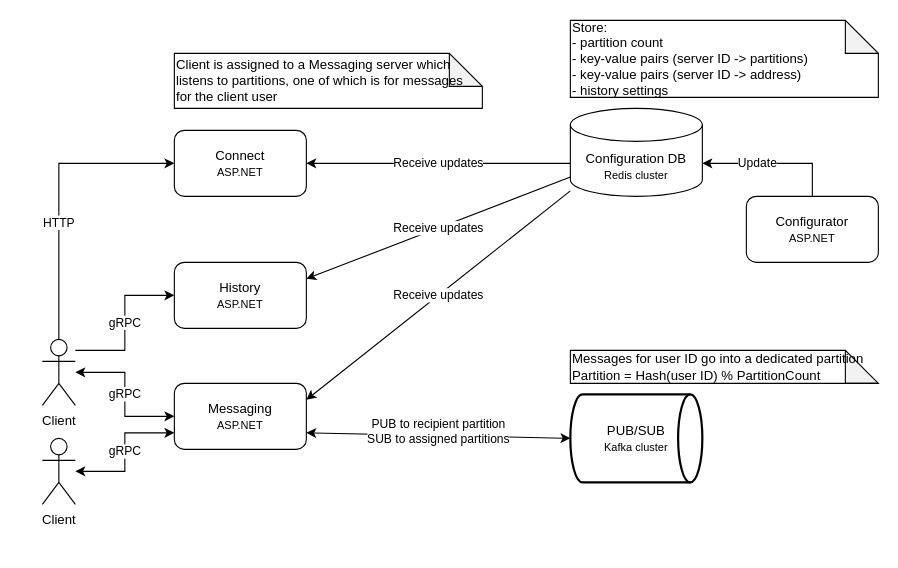
cvetomir-todorov/CecoChat keeps this draw.io diagram as docs/diagrams/cecochat-05-configuration.drawio. Above is the earlier version. Source tidied: cells renumbered, new cells numbered last; positions are measured from the earlier drawing's top-left corner, leaving out a move shared by most shapes. Both pictures are drawn from the tidied source at 110%, with x=0, y=0 at pixel (42, 20).
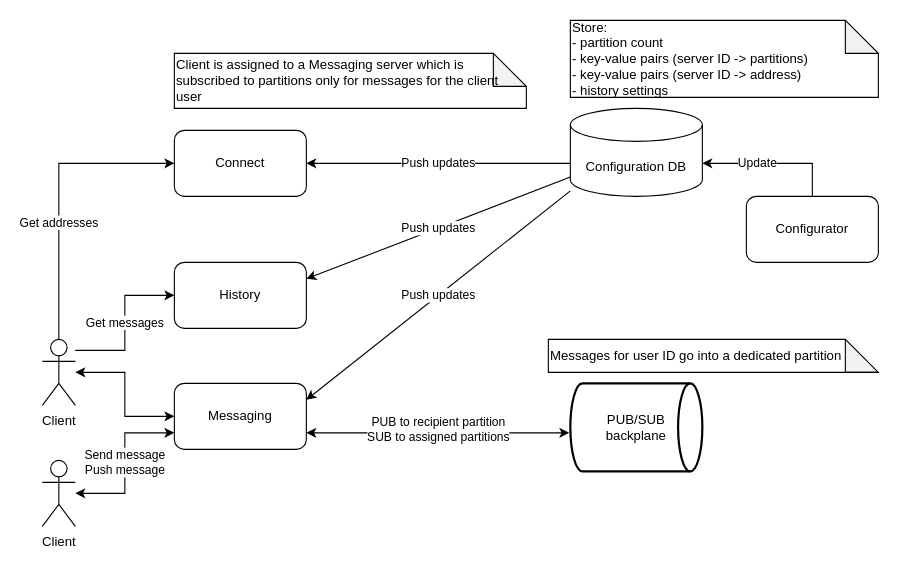
The same diagram, later.

The change refers to these unchanged cells:
```xml
<mxCell id="5" value="Client" style="shape=umlActor;verticalLabelPosition=bottom;verticalAlign=top;html=1;outlineConnect=0;" parent="1" vertex="1">
  <mxGeometry y="290" width="30" height="60" as="geometry" />
</mxCell>
```

Change to the diagram source:
```diff
@@
-    <mxCell id="2" value="gRPC" style="edgeStyle=orthogonalEdgeStyle;rounded=0;jettySize=auto;html=1;entryX=0;entryY=0.5;entryDx=0;entryDy=0;startArrow=classic;startFill=1;" parent="1" edge="1" source="5" target="9">
+    <mxCell id="2" style="edgeStyle=orthogonalEdgeStyle;rounded=0;jettySize=auto;html=1;entryX=0;entryY=0.5;entryDx=0;entryDy=0;startArrow=classic;startFill=1;" parent="1" edge="1" source="5" target="9">
       <mxGeometry relative="1" as="geometry" />
     </mxCell>
-    <mxCell id="3" value="HTTP" style="edgeStyle=orthogonalEdgeStyle;rounded=0;jettySize=auto;html=1;entryX=0;entryY=0.5;entryDx=0;entryDy=0;" parent="1" edge="1" source="5" target="12">
+    <mxCell id="3" value="Get addresses" style="edgeStyle=orthogonalEdgeStyle;rounded=0;jettySize=auto;html=1;entryX=0;entryY=0.5;entryDx=0;entryDy=0;" parent="1" edge="1" source="5" target="12">
       <mxGeometry x="-0.2" relative="1" as="geometry">
         <Array as="points">
           <mxPoint x="15" y="130" />
         </Array>
       </mxGeometry>
     </mxCell>
-    <mxCell id="4" value="gRPC" style="edgeStyle=orthogonalEdgeStyle;rounded=0;jettySize=auto;html=1;entryX=0;entryY=0.5;entryDx=0;entryDy=0;" parent="1" edge="1" source="5" target="20">
+    <mxCell id="4" value="Get messages" style="edgeStyle=orthogonalEdgeStyle;rounded=0;jettySize=auto;html=1;entryX=0;entryY=0.5;entryDx=0;entryDy=0;" parent="1" edge="1" source="5" target="20">
       <mxGeometry relative="1" as="geometry">
         <Array as="points">
           <mxPoint x="75" y="300" />
           <mxPoint x="75" y="250" />
         </Array>
       </mxGeometry>
     </mxCell>
@@
-    <mxCell id="6" value="gRPC" style="edgeStyle=orthogonalEdgeStyle;rounded=0;jettySize=auto;html=1;entryX=0;entryY=0.75;entryDx=0;entryDy=0;startArrow=classic;startFill=1;" parent="1" edge="1" source="7" target="9">
+    <mxCell id="6" value="Send message&lt;br&gt;Push message" style="edgeStyle=orthogonalEdgeStyle;rounded=0;jettySize=auto;html=1;entryX=0;entryY=0.75;entryDx=0;entryDy=0;startArrow=classic;startFill=1;" parent="1" edge="1" source="7" target="9">
       <mxGeometry relative="1" as="geometry" />
     </mxCell>
     <mxCell id="7" value="Client" style="shape=umlActor;verticalLabelPosition=bottom;verticalAlign=top;html=1;outlineConnect=0;" parent="1" vertex="1">
-      <mxGeometry y="380" width="30" height="60" as="geometry" />
+      <mxGeometry y="400" width="30" height="60" as="geometry" />
     </mxCell>
-    <mxCell id="8" value="PUB to recipient partition&lt;br&gt;&lt;div&gt;SUB to assigned partitions&lt;/div&gt;" style="rounded=0;jettySize=auto;html=1;entryX=0;entryY=0.5;entryDx=0;entryDy=0;entryPerimeter=0;startArrow=classic;startFill=1;exitX=1;exitY=0.75;exitDx=0;exitDy=0;" parent="1" edge="1" source="9" target="10">
+    <mxCell id="8" value="PUB to recipient partition&lt;br&gt;&lt;div&gt;SUB to assigned partitions&lt;/div&gt;" style="rounded=0;jettySize=auto;html=1;startArrow=classic;startFill=1;exitX=1;exitY=0.75;exitDx=0;exitDy=0;" parent="1" edge="1" source="9">
       <mxGeometry y="2" relative="1" as="geometry">
+        <mxPoint x="479" y="375" as="targetPoint" />
         <mxPoint y="-1" as="offset" />
       </mxGeometry>
     </mxCell>
-    <mxCell id="9" value="&lt;font style=&quot;font-size: 12px&quot;&gt;Messaging&lt;/font&gt;&lt;br&gt;&lt;font style=&quot;font-size: 10px&quot;&gt;ASP.NET&lt;/font&gt;" style="rounded=1;whiteSpace=wrap;html=1;" parent="1" vertex="1">
+    <mxCell id="9" value="&lt;font style=&quot;font-size: 12px&quot;&gt;Messaging&lt;/font&gt;" style="rounded=1;whiteSpace=wrap;html=1;" parent="1" vertex="1">
       <mxGeometry x="120" y="330" width="120" height="60" as="geometry" />
     </mxCell>
-    <mxCell id="10" value="PUB/SUB&lt;br&gt;&lt;font style=&quot;font-size: 10px&quot;&gt;Kafka cluster&lt;/font&gt;" style="strokeWidth=2;html=1;shape=mxgraph.flowchart.direct_data;whiteSpace=wrap;" parent="1" vertex="1">
-      <mxGeometry x="480" y="340" width="120" height="80" as="geometry" />
+    <mxCell id="10" value="PUB/SUB&lt;br&gt;backplane" style="strokeWidth=2;html=1;shape=mxgraph.flowchart.direct_data;whiteSpace=wrap;" parent="1" vertex="1">
+      <mxGeometry x="480" y="330" width="120" height="80" as="geometry" />
     </mxCell>
-    <mxCell id="11" value="Receive updates" style="edgeStyle=orthogonalEdgeStyle;rounded=0;jettySize=auto;html=1;entryX=0;entryY=0.5;entryDx=0;entryDy=0;entryPerimeter=0;exitX=1;exitY=0.5;exitDx=0;exitDy=0;startArrow=classic;startFill=1;endArrow=none;endFill=0;" parent="1" edge="1" source="12">
+    <mxCell id="11" value="Push updates" style="edgeStyle=orthogonalEdgeStyle;rounded=0;jettySize=auto;html=1;entryX=0;entryY=0.5;entryDx=0;entryDy=0;entryPerimeter=0;exitX=1;exitY=0.5;exitDx=0;exitDy=0;startArrow=classic;startFill=1;endArrow=none;endFill=0;" parent="1" edge="1" source="12">
       <mxGeometry relative="1" as="geometry">
         <mxPoint x="480" y="130" as="targetPoint" />
         <Array as="points">
           <mxPoint x="360" y="130" />
           <mxPoint x="360" y="130" />
         </Array>
       </mxGeometry>
     </mxCell>
-    <mxCell id="12" value="&lt;font style=&quot;font-size: 12px&quot;&gt;Connect&lt;/font&gt;&lt;br&gt;&lt;font style=&quot;font-size: 10px&quot;&gt;ASP.NET&lt;/font&gt;" style="rounded=1;whiteSpace=wrap;html=1;" parent="1" vertex="1">
+    <mxCell id="12" value="&lt;font style=&quot;font-size: 12px&quot;&gt;Connect&lt;/font&gt;" style="rounded=1;whiteSpace=wrap;html=1;" parent="1" vertex="1">
       <mxGeometry x="120" y="100" width="120" height="60" as="geometry" />
     </mxCell>
@@
-    <mxCell id="14" value="Configurator&lt;br&gt;&lt;font style=&quot;font-size: 10px&quot;&gt;ASP.NET&lt;/font&gt;" style="rounded=1;whiteSpace=wrap;html=1;" parent="1" vertex="1">
+    <mxCell id="14" value="Configurator" style="rounded=1;whiteSpace=wrap;html=1;" parent="1" vertex="1">
       <mxGeometry x="640" y="160" width="120" height="60" as="geometry" />
     </mxCell>
-    <mxCell id="15" value="Receive updates" style="endArrow=classic;html=1;exitX=0;exitY=1;exitDx=0;exitDy=-15;entryX=1;entryY=0.25;entryDx=0;entryDy=0;exitPerimeter=0;" parent="1" edge="1" target="9">
+    <mxCell id="15" value="Push updates" style="endArrow=classic;html=1;exitX=0;exitY=1;exitDx=0;exitDy=-15;entryX=1;entryY=0.25;entryDx=0;entryDy=0;exitPerimeter=0;" parent="1" edge="1" target="9">
       <mxGeometry relative="1" as="geometry">
         <mxPoint x="480" y="155" as="sourcePoint" />
       </mxGeometry>
     </mxCell>
-    <mxCell id="16" value="Configuration DB&lt;br&gt;&lt;font style=&quot;font-size: 10px&quot;&gt;Redis cluster&lt;/font&gt;" style="shape=cylinder3;whiteSpace=wrap;html=1;boundedLbl=1;backgroundOutline=1;size=15;" parent="1" vertex="1">
+    <mxCell id="16" value="Configuration DB" style="shape=cylinder3;whiteSpace=wrap;html=1;boundedLbl=1;backgroundOutline=1;size=15;" parent="1" vertex="1">
       <mxGeometry x="480" y="80" width="120" height="80" as="geometry" />
     </mxCell>
-    <mxCell id="17" value="Messages for user ID go into a dedicated partition&lt;br&gt;Partition = Hash(user ID) % PartitionCount" style="shape=note;whiteSpace=wrap;html=1;backgroundOutline=1;darkOpacity=0.05;align=left;" parent="1" vertex="1">
-      <mxGeometry x="480" y="300" width="280" height="30" as="geometry" />
+    <mxCell id="17" value="Messages for user ID go into a dedicated partition" style="shape=note;whiteSpace=wrap;html=1;backgroundOutline=1;darkOpacity=0.05;align=left;" parent="1" vertex="1">
+      <mxGeometry x="460" y="290" width="300" height="30" as="geometry" />
     </mxCell>
@@
-    <mxCell id="19" value="Client is assigned to a Messaging server which listens to partitions, one of which is for messages for the client user" style="shape=note;whiteSpace=wrap;html=1;backgroundOutline=1;darkOpacity=0.05;align=left;" parent="1" vertex="1">
-      <mxGeometry x="120" y="30" width="280" height="50" as="geometry" />
+    <mxCell id="19" value="Client is assigned to a Messaging server which is subscribed to partitions only for messages for the client user" style="shape=note;whiteSpace=wrap;html=1;backgroundOutline=1;darkOpacity=0.05;align=left;" parent="1" vertex="1">
+      <mxGeometry x="120" y="30" width="320" height="50" as="geometry" />
     </mxCell>
-    <mxCell id="20" value="&lt;font style=&quot;font-size: 12px&quot;&gt;History&lt;/font&gt;&lt;br&gt;&lt;font style=&quot;font-size: 10px&quot;&gt;ASP.NET&lt;/font&gt;" style="rounded=1;whiteSpace=wrap;html=1;" parent="1" vertex="1">
+    <mxCell id="20" value="&lt;font style=&quot;font-size: 12px&quot;&gt;History&lt;/font&gt;" style="rounded=1;whiteSpace=wrap;html=1;" parent="1" vertex="1">
       <mxGeometry x="120" y="220" width="120" height="60" as="geometry" />
     </mxCell>
-    <mxCell id="21" value="Receive updates" style="endArrow=classic;html=1;exitX=0;exitY=0;exitDx=0;exitDy=52.5;entryX=1;entryY=0.25;entryDx=0;entryDy=0;exitPerimeter=0;" parent="1" edge="1" target="20">
+    <mxCell id="21" value="Push updates" style="endArrow=classic;html=1;exitX=0;exitY=0;exitDx=0;exitDy=52.5;entryX=1;entryY=0.25;entryDx=0;entryDy=0;exitPerimeter=0;" parent="1" edge="1" target="20">
       <mxGeometry relative="1" as="geometry">
         <mxPoint x="480" y="142.5" as="sourcePoint" />
       </mxGeometry>
     </mxCell>
```
